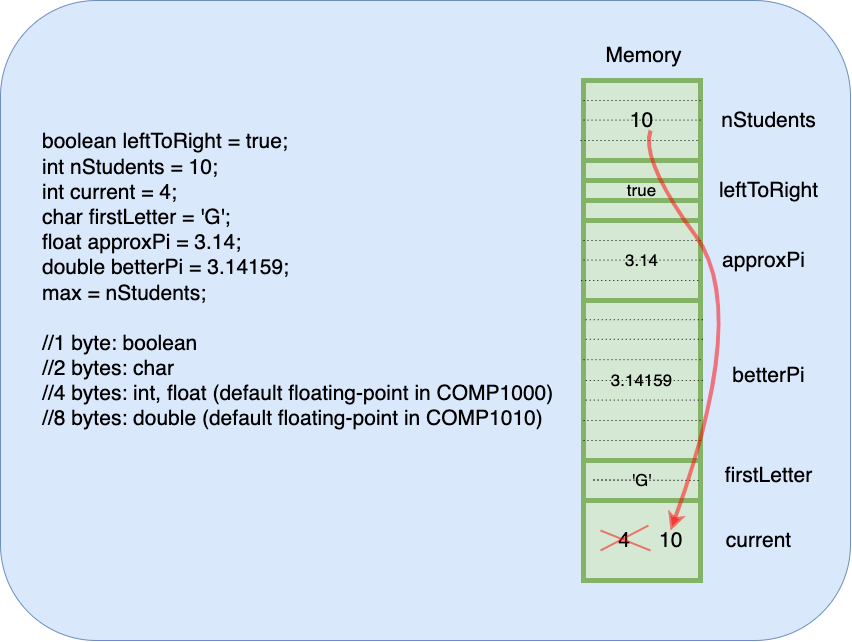
Before: assets/images/variables.png, a diagram exported from draw.io (SoftwareTechnologyMQ/SoftwareTechnologyMQ.github.io). Source tidied: cells renumbered, new cells last; positions are measured from the earlier drawing's top-left corner, leaving out a move shared by most shapes. The source it was exported from:
```xml
<mxGraphModel>
  <root>
    <mxCell id="0" />
    <mxCell id="1" parent="0" />
    <mxCell id="2" style="rounded=1;whiteSpace=wrap;html=1;fillColor=#dae8fc;strokeColor=#6c8ebf;" parent="1" vertex="1">
      <mxGeometry width="850" height="640" as="geometry" />
    </mxCell>
    <mxCell id="3" value="10" style="rounded=0;whiteSpace=wrap;html=1;fontSize=21;fillColor=#d5e8d4;strokeColor=#82b366;strokeWidth=5;" parent="1" vertex="1">
      <mxGeometry x="583" y="80" width="117" height="80" as="geometry" />
    </mxCell>
    <mxCell id="4" style="rounded=0;whiteSpace=wrap;html=1;fontSize=17;fillColor=#d5e8d4;strokeColor=#82b366;strokeWidth=5;" parent="1" vertex="1">
      <mxGeometry x="583" y="160" width="117" height="20" as="geometry" />
    </mxCell>
    <mxCell id="5" value="true" style="rounded=0;whiteSpace=wrap;html=1;fontSize=17;fillColor=#d5e8d4;strokeColor=#82b366;strokeWidth=5;" parent="1" vertex="1">
      <mxGeometry x="583" y="180" width="117" height="20" as="geometry" />
    </mxCell>
    <mxCell id="6" value="3.14" style="rounded=0;whiteSpace=wrap;html=1;fontSize=17;fillColor=#d5e8d4;strokeColor=#82b366;strokeWidth=5;" parent="1" vertex="1">
      <mxGeometry x="583" y="220" width="117" height="80" as="geometry" />
    </mxCell>
    <mxCell id="7" value="Memory" style="text;html=1;align=center;verticalAlign=middle;strokeColor=none;fillColor=none;fontSize=21;" parent="1" vertex="1">
      <mxGeometry x="598" y="40" width="90" height="30" as="geometry" />
    </mxCell>
    <mxCell id="8" value="nStudents" style="text;html=1;align=center;verticalAlign=middle;strokeColor=none;fillColor=none;fontSize=21;" parent="1" vertex="1">
      <mxGeometry x="713" y="105" width="110" height="30" as="geometry" />
    </mxCell>
    <mxCell id="9" value="leftToRight" style="text;html=1;align=center;verticalAlign=middle;strokeColor=none;fillColor=none;fontSize=21;" parent="1" vertex="1">
      <mxGeometry x="713" y="175" width="110" height="30" as="geometry" />
    </mxCell>
    <mxCell id="10" value="approxPi" style="text;html=1;align=center;verticalAlign=middle;strokeColor=none;fillColor=none;fontSize=21;" parent="1" vertex="1">
      <mxGeometry x="713" y="245" width="100" height="30" as="geometry" />
    </mxCell>
    <mxCell id="11" value="boolean leftToRight = true;&lt;br&gt;int nStudents = 10;&lt;br&gt;int current = 4;&lt;br&gt;char firstLetter = 'G';&lt;br&gt;float approxPi = 3.14;&lt;br&gt;double betterPi = 3.14159;&lt;br&gt;max = nStudents;&lt;br&gt;&amp;nbsp;&lt;br&gt;//1 byte: boolean&lt;br&gt;//2 bytes: char&lt;br&gt;//4 bytes: int, float (default floating-point in COMP1000)&lt;br&gt;//8 bytes: double (default floating-point in COMP1010)" style="text;html=1;strokeColor=none;fillColor=none;align=left;verticalAlign=middle;whiteSpace=wrap;rounded=0;fontSize=21;" parent="1" vertex="1">
      <mxGeometry x="40" y="210" width="570" height="140" as="geometry" />
    </mxCell>
    <mxCell id="12" value="3.14159" style="rounded=0;whiteSpace=wrap;html=1;fontSize=17;fillColor=#d5e8d4;strokeColor=#82b366;strokeWidth=5;" parent="1" vertex="1">
      <mxGeometry x="583" y="300" width="117" height="160" as="geometry" />
    </mxCell>
    <mxCell id="13" value="'G'" style="rounded=0;whiteSpace=wrap;html=1;fontSize=17;fillColor=#d5e8d4;strokeColor=#82b366;strokeWidth=5;" parent="1" vertex="1">
      <mxGeometry x="583" y="460" width="117" height="40" as="geometry" />
    </mxCell>
    <mxCell id="14" value="firstLetter" style="text;html=1;align=center;verticalAlign=middle;strokeColor=none;fillColor=none;fontSize=21;" parent="1" vertex="1">
      <mxGeometry x="718" y="460" width="100" height="30" as="geometry" />
    </mxCell>
    <mxCell id="15" style="rounded=0;whiteSpace=wrap;html=1;fontSize=17;fillColor=#d5e8d4;strokeColor=#82b366;strokeWidth=5;" parent="1" vertex="1">
      <mxGeometry x="583" y="200" width="117" height="20" as="geometry" />
    </mxCell>
    <mxCell id="16" value="betterPi" style="text;html=1;align=center;verticalAlign=middle;strokeColor=none;fillColor=none;fontSize=21;" parent="1" vertex="1">
      <mxGeometry x="723" y="360" width="90" height="30" as="geometry" />
    </mxCell>
    <mxCell id="17" style="endArrow=none;dashed=1;html=1;dashPattern=1 3;strokeWidth=1;rounded=0;fontSize=17;entryX=1;entryY=0.75;entryDx=0;entryDy=0;" parent="1" edge="1" target="3">
      <mxGeometry relative="1" as="geometry">
        <mxPoint x="580" y="140" as="sourcePoint" />
      </mxGeometry>
    </mxCell>
    <mxCell id="18" style="endArrow=none;dashed=1;html=1;dashPattern=1 3;strokeWidth=1;rounded=0;fontSize=17;entryX=1;entryY=0.75;entryDx=0;entryDy=0;" parent="1" edge="1">
      <mxGeometry relative="1" as="geometry">
        <mxPoint x="583" y="119.6" as="sourcePoint" />
        <mxPoint x="703" y="119.6" as="targetPoint" />
      </mxGeometry>
    </mxCell>
    <mxCell id="19" style="endArrow=none;dashed=1;html=1;dashPattern=1 3;strokeWidth=1;rounded=0;fontSize=17;entryX=1;entryY=0.75;entryDx=0;entryDy=0;" parent="1" edge="1">
      <mxGeometry relative="1" as="geometry">
        <mxPoint x="583" y="100" as="sourcePoint" />
        <mxPoint x="703" y="100" as="targetPoint" />
      </mxGeometry>
    </mxCell>
    <mxCell id="20" style="endArrow=none;dashed=1;html=1;dashPattern=1 3;strokeWidth=1;rounded=0;fontSize=17;entryX=1;entryY=0.75;entryDx=0;entryDy=0;" parent="1" edge="1">
      <mxGeometry relative="1" as="geometry">
        <mxPoint x="583" y="240" as="sourcePoint" />
        <mxPoint x="703" y="240" as="targetPoint" />
      </mxGeometry>
    </mxCell>
    <mxCell id="21" style="endArrow=none;dashed=1;html=1;dashPattern=1 3;strokeWidth=1;rounded=0;fontSize=17;entryX=1;entryY=0.75;entryDx=0;entryDy=0;" parent="1" edge="1">
      <mxGeometry relative="1" as="geometry">
        <mxPoint x="583" y="259.6" as="sourcePoint" />
        <mxPoint x="703" y="259.6" as="targetPoint" />
      </mxGeometry>
    </mxCell>
    <mxCell id="22" style="endArrow=none;dashed=1;html=1;dashPattern=1 3;strokeWidth=1;rounded=0;fontSize=17;entryX=1;entryY=0.75;entryDx=0;entryDy=0;" parent="1" edge="1">
      <mxGeometry relative="1" as="geometry">
        <mxPoint x="580.8" y="280" as="sourcePoint" />
        <mxPoint x="700.8" y="280" as="targetPoint" />
      </mxGeometry>
    </mxCell>
    <mxCell id="23" style="endArrow=none;dashed=1;html=1;dashPattern=1 3;strokeWidth=1;rounded=0;fontSize=21;entryX=1;entryY=0.75;entryDx=0;entryDy=0;" parent="1" edge="1">
      <mxGeometry relative="1" as="geometry">
        <mxPoint x="585.2" y="319.2" as="sourcePoint" />
        <mxPoint x="705.2" y="319.2" as="targetPoint" />
      </mxGeometry>
    </mxCell>
    <mxCell id="24" style="endArrow=none;dashed=1;html=1;dashPattern=1 3;strokeWidth=1;rounded=0;fontSize=21;entryX=1;entryY=0.75;entryDx=0;entryDy=0;" parent="1" edge="1">
      <mxGeometry relative="1" as="geometry">
        <mxPoint x="585.2" y="338.8" as="sourcePoint" />
        <mxPoint x="705.2" y="338.8" as="targetPoint" />
      </mxGeometry>
    </mxCell>
    <mxCell id="25" style="endArrow=none;dashed=1;html=1;dashPattern=1 3;strokeWidth=1;rounded=0;fontSize=17;entryX=1;entryY=0.75;entryDx=0;entryDy=0;" parent="1" edge="1">
      <mxGeometry relative="1" as="geometry">
        <mxPoint x="583" y="359.2" as="sourcePoint" />
        <mxPoint x="703" y="359.2" as="targetPoint" />
      </mxGeometry>
    </mxCell>
    <mxCell id="26" style="endArrow=none;dashed=1;html=1;dashPattern=1 3;strokeWidth=1;rounded=0;fontSize=21;entryX=1;entryY=0.75;entryDx=0;entryDy=0;" parent="1" edge="1">
      <mxGeometry relative="1" as="geometry">
        <mxPoint x="585.2" y="380" as="sourcePoint" />
        <mxPoint x="705.2" y="380" as="targetPoint" />
      </mxGeometry>
    </mxCell>
    <mxCell id="27" style="endArrow=none;dashed=1;html=1;dashPattern=1 3;strokeWidth=1;rounded=0;fontSize=17;" parent="1" edge="1">
      <mxGeometry relative="1" as="geometry">
        <mxPoint x="593" y="479.5" as="sourcePoint" />
        <mxPoint x="700" y="480" as="targetPoint" />
      </mxGeometry>
    </mxCell>
    <mxCell id="28" style="endArrow=none;dashed=1;html=1;dashPattern=1 3;strokeWidth=1;rounded=0;fontSize=21;entryX=1;entryY=0.75;entryDx=0;entryDy=0;" parent="1" edge="1">
      <mxGeometry relative="1" as="geometry">
        <mxPoint x="585.2" y="399.6" as="sourcePoint" />
        <mxPoint x="705.2" y="399.6" as="targetPoint" />
      </mxGeometry>
    </mxCell>
    <mxCell id="29" style="endArrow=none;dashed=1;html=1;dashPattern=1 3;strokeWidth=1;rounded=0;fontSize=17;entryX=1;entryY=0.75;entryDx=0;entryDy=0;" parent="1" edge="1">
      <mxGeometry relative="1" as="geometry">
        <mxPoint x="583" y="420" as="sourcePoint" />
        <mxPoint x="703" y="420" as="targetPoint" />
      </mxGeometry>
    </mxCell>
    <mxCell id="30" style="endArrow=none;dashed=1;html=1;dashPattern=1 3;strokeWidth=1;rounded=0;fontSize=17;entryX=1;entryY=0.75;entryDx=0;entryDy=0;" parent="1" edge="1">
      <mxGeometry relative="1" as="geometry">
        <mxPoint x="583" y="440" as="sourcePoint" />
        <mxPoint x="703" y="440" as="targetPoint" />
      </mxGeometry>
    </mxCell>
    <mxCell id="31" value="&amp;nbsp; &amp;nbsp;4&amp;nbsp; &amp;nbsp; &amp;nbsp;10" style="rounded=0;whiteSpace=wrap;html=1;fontSize=21;fillColor=#d5e8d4;strokeColor=#82b366;strokeWidth=5;" parent="1" vertex="1">
      <mxGeometry x="583" y="500" width="117" height="80" as="geometry" />
    </mxCell>
    <mxCell id="32" value="current" style="text;html=1;align=center;verticalAlign=middle;strokeColor=none;fillColor=none;fontSize=21;" parent="1" vertex="1">
      <mxGeometry x="718" y="525" width="80" height="30" as="geometry" />
    </mxCell>
    <mxCell id="33" style="endArrow=none;html=1;rounded=0;strokeWidth=2;strokeColor=#FF0000;opacity=50;" parent="1" edge="1">
      <mxGeometry relative="1" as="geometry">
        <mxPoint x="650" y="550" as="sourcePoint" />
        <mxPoint x="600" y="530" as="targetPoint" />
      </mxGeometry>
    </mxCell>
    <mxCell id="34" style="endArrow=none;html=1;rounded=0;strokeWidth=2;strokeColor=#FF0000;opacity=50;" parent="1" edge="1">
      <mxGeometry relative="1" as="geometry">
        <mxPoint x="648" y="525" as="sourcePoint" />
        <mxPoint x="600" y="550" as="targetPoint" />
      </mxGeometry>
    </mxCell>
    <mxCell id="35" style="curved=1;endArrow=classic;html=1;rounded=0;strokeColor=#FF0000;strokeWidth=4;opacity=50;entryX=0.744;entryY=0.375;entryDx=0;entryDy=0;entryPerimeter=0;" parent="1" edge="1" target="31">
      <mxGeometry relative="1" as="geometry">
        <mxPoint x="650" y="130" as="sourcePoint" />
        <Array as="points">
          <mxPoint x="640" y="160" />
          <mxPoint x="750" y="310" />
        </Array>
      </mxGeometry>
    </mxCell>
  </root>
</mxGraphModel>
```
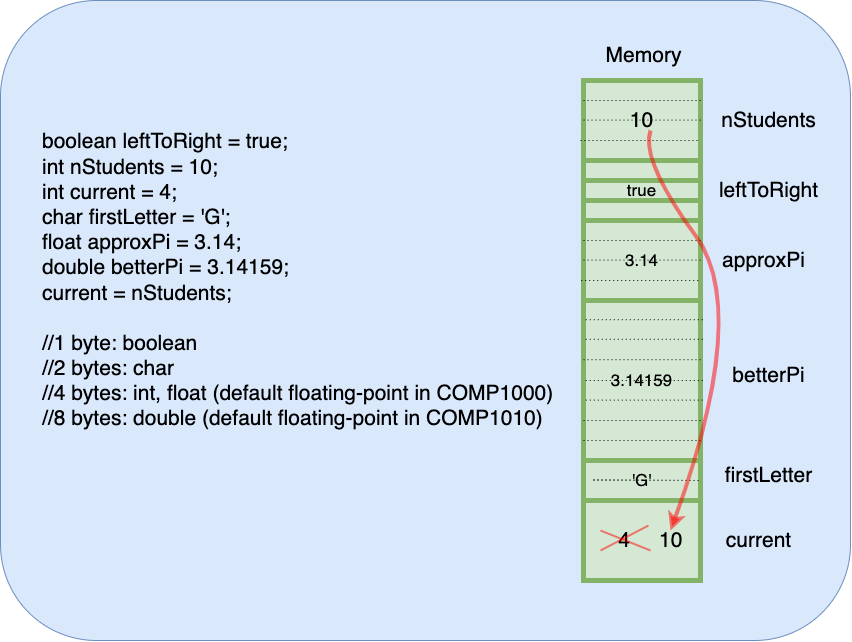
After the commit.

The edit, as a diff of the source:
```diff
@@ -29,7 +29,7 @@
     <mxCell id="10" value="approxPi" style="text;html=1;align=center;verticalAlign=middle;strokeColor=none;fillColor=none;fontSize=21;" parent="1" vertex="1">
       <mxGeometry x="713" y="245" width="100" height="30" as="geometry" />
     </mxCell>
-    <mxCell id="11" value="boolean leftToRight = true;&lt;br&gt;int nStudents = 10;&lt;br&gt;int current = 4;&lt;br&gt;char firstLetter = 'G';&lt;br&gt;float approxPi = 3.14;&lt;br&gt;double betterPi = 3.14159;&lt;br&gt;max = nStudents;&lt;br&gt;&amp;nbsp;&lt;br&gt;//1 byte: boolean&lt;br&gt;//2 bytes: char&lt;br&gt;//4 bytes: int, float (default floating-point in COMP1000)&lt;br&gt;//8 bytes: double (default floating-point in COMP1010)" style="text;html=1;strokeColor=none;fillColor=none;align=left;verticalAlign=middle;whiteSpace=wrap;rounded=0;fontSize=21;" parent="1" vertex="1">
+    <mxCell id="11" value="boolean leftToRight = true;&lt;br&gt;int nStudents = 10;&lt;br&gt;int current = 4;&lt;br&gt;char firstLetter = 'G';&lt;br&gt;float approxPi = 3.14;&lt;br&gt;double betterPi = 3.14159;&lt;br&gt;current = nStudents;&lt;br&gt;&amp;nbsp;&lt;br&gt;//1 byte: boolean&lt;br&gt;//2 bytes: char&lt;br&gt;//4 bytes: int, float (default floating-point in COMP1000)&lt;br&gt;//8 bytes: double (default floating-point in COMP1010)" style="text;html=1;strokeColor=none;fillColor=none;align=left;verticalAlign=middle;whiteSpace=wrap;rounded=0;fontSize=21;" parent="1" vertex="1">
       <mxGeometry x="40" y="210" width="570" height="140" as="geometry" />
     </mxCell>
     <mxCell id="12" value="3.14159" style="rounded=0;whiteSpace=wrap;html=1;fontSize=17;fillColor=#d5e8d4;strokeColor=#82b366;strokeWidth=5;" parent="1" vertex="1">
```
